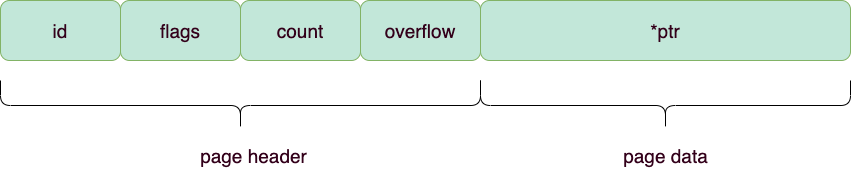
Before: uPic/Untitled Diagram.drawio.png, a diagram exported from draw.io (hfdpx/fictional-sniffle). Source tidied: cells renumbered, new cells last; positions are measured from the earlier drawing's top-left corner, leaving out a move shared by most shapes.
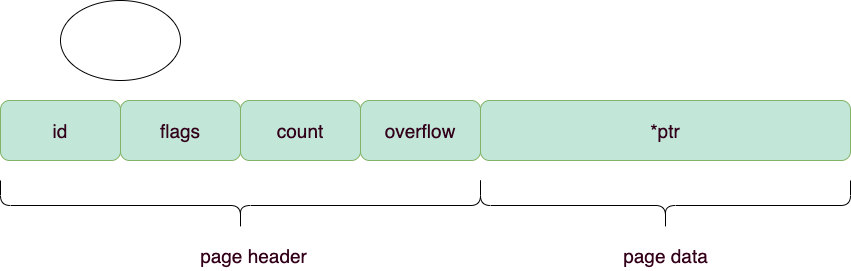
After the change.

Diff of the diagram source:
```diff
@@ -29,5 +29,8 @@
     <mxCell id="10" value="page header" style="text;html=1;align=center;verticalAlign=middle;strokeColor=none;fillColor=none;fontSize=19;fontFamily=Helvetica;fontColor=#33001A;" parent="1" vertex="1">
       <mxGeometry x="193" y="140" width="120" height="30" as="geometry" />
     </mxCell>
+    <mxCell id="11" style="ellipse;whiteSpace=wrap;html=1;fontColor=#33001A;" parent="1" vertex="1">
+      <mxGeometry x="60" y="-100" width="120" height="80" as="geometry" />
+    </mxCell>
   </root>
 </mxGraphModel>
```
